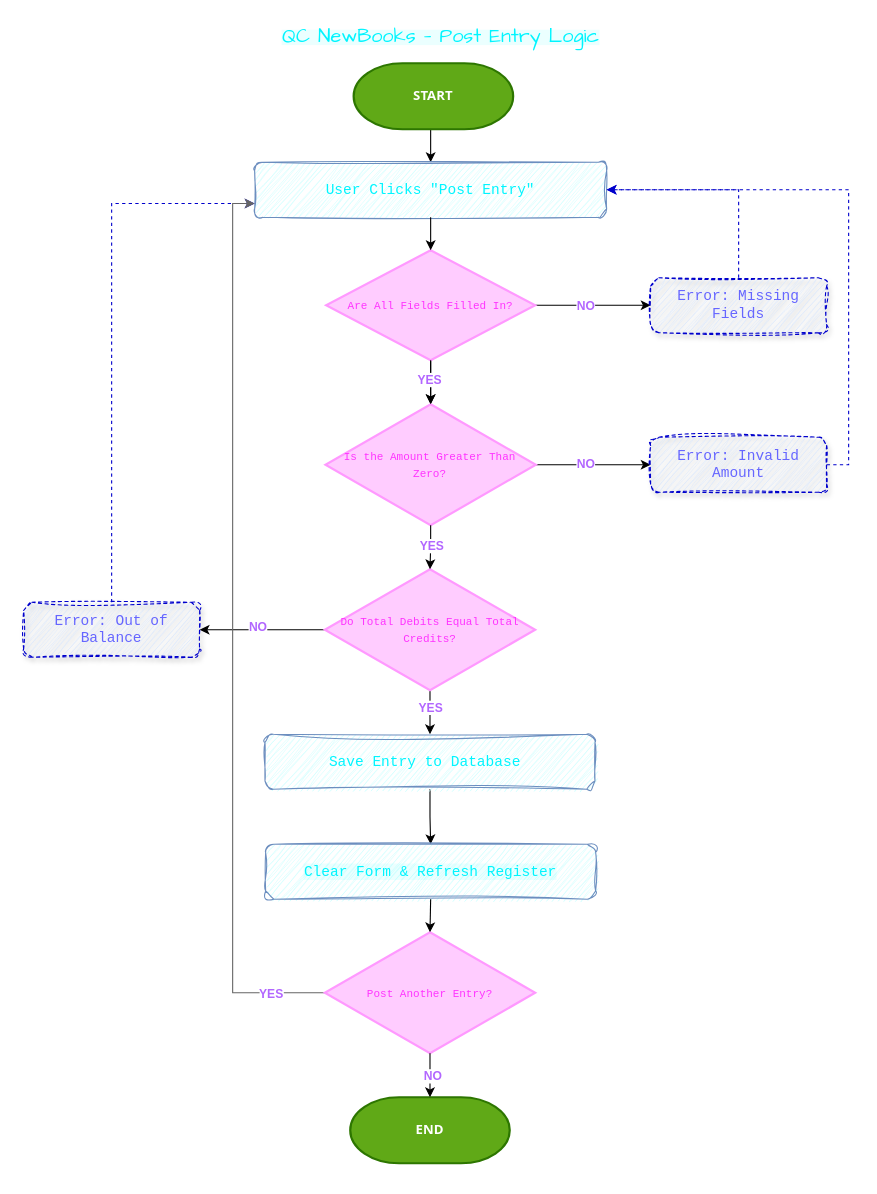
Earlier version of the draw.io diagram page "Part A — Flowchart" (1 of 2) of QC_NewBooks_Diagrams.drawio (Jen793/diagram-qc-new-books). Source tidied: cells renumbered, new cells numbered last; positions are measured from the earlier drawing's top-left corner, leaving out a move shared by most shapes. Both pictures are drawn from the tidied source at 110%, with x=0, y=0 at pixel (23, 19).
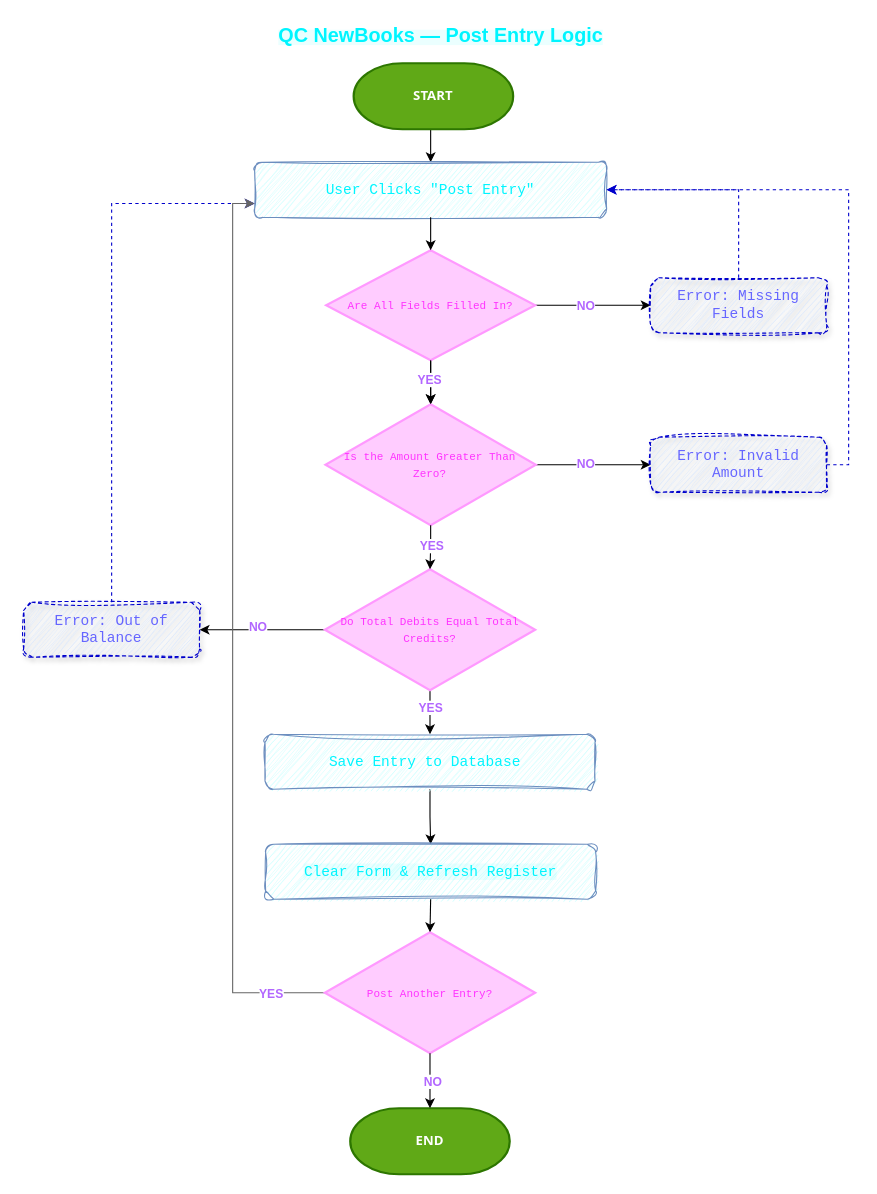
The same page after the edit.

What changed in the source:
```diff
@@
-    <mxCell id="2" value="&lt;span style=&quot;color: rgb(0, 245, 255); text-align: start; background-color: rgba(0, 245, 255, 0.08);&quot;&gt;&lt;font style=&quot;font-size: 18px;&quot; face=&quot;Comic Sans MS&quot;&gt;QC NewBooks — Post Entry Logic&lt;/font&gt;&lt;/span&gt;" style="text;html=1;whiteSpace=wrap;strokeColor=none;fillColor=none;align=center;verticalAlign=middle;rounded=0;" parent="1" vertex="1">
+    <mxCell id="2" value="&lt;span style=&quot;color: rgb(0, 245, 255); text-align: start; background-color: rgba(0, 245, 255, 0.08);&quot;&gt;&lt;font style=&quot;font-size: 18px;&quot;&gt;&lt;b style=&quot;&quot;&gt;QC NewBooks — Post Entry Logic&lt;/b&gt;&lt;/font&gt;&lt;/span&gt;" style="text;html=1;whiteSpace=wrap;strokeColor=none;fillColor=none;align=center;verticalAlign=middle;rounded=0;" parent="1" vertex="1">
       <mxGeometry x="227.5" width="302.5" height="30" as="geometry" />
     </mxCell>
@@
     <mxCell id="37" value="&lt;b&gt;END&lt;/b&gt;" style="strokeWidth=2;html=1;shape=mxgraph.flowchart.terminator;whiteSpace=wrap;fillColor=#60a917;strokeColor=#2D7600;fontFamily=Tahoma;fontColor=#ffffff;" parent="1" vertex="1">
-      <mxGeometry x="296.9" y="980" width="145" height="60" as="geometry" />
+      <mxGeometry x="296.9" y="990" width="145" height="60" as="geometry" />
     </mxCell>
```
